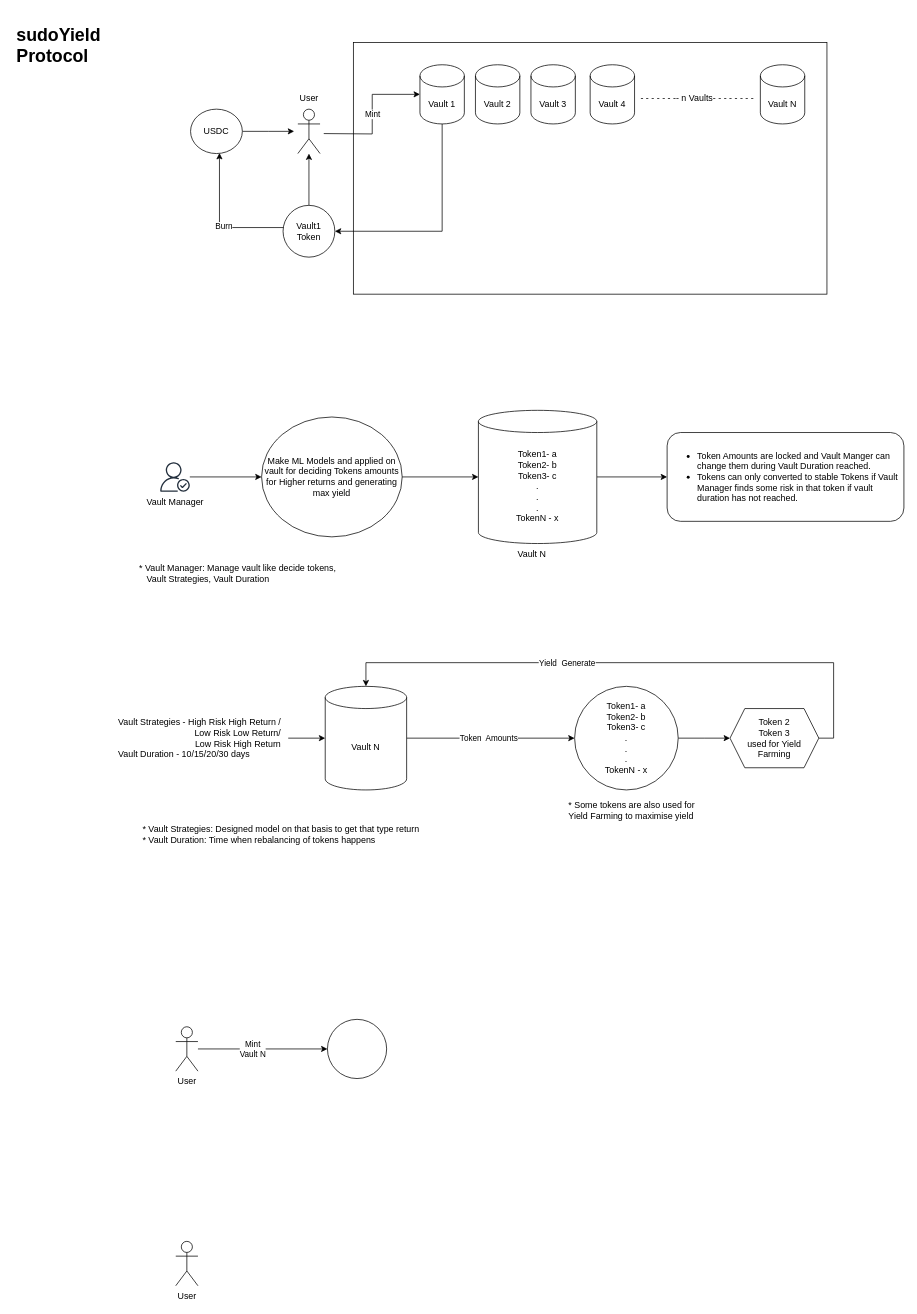
Above: Untitled Diagram.drawio in ChitranshVashney/basicnft (draw.io), before the change. Source tidied: cells renumbered, new cells numbered last; positions are measured from the earlier drawing's top-left corner, leaving out a move shared by most shapes. Both pictures are drawn from the tidied source at 74%, with x=0, y=0 at pixel (13, 20).
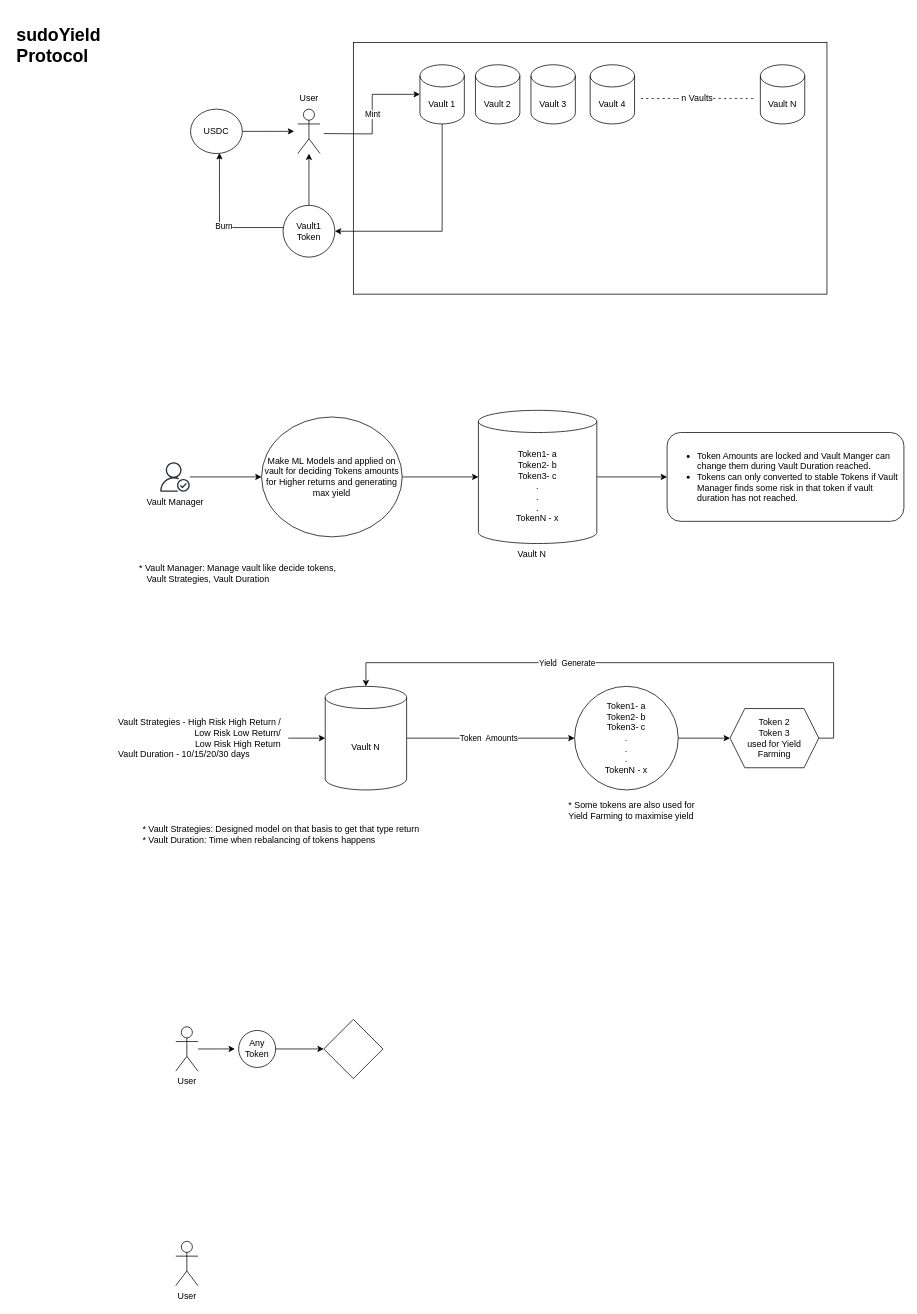
The same diagram, later.

Unchanged cells that the change refers to:
```xml
<mxCell id="44" value="User" style="shape=umlActor;verticalLabelPosition=bottom;verticalAlign=top;html=1;outlineConnect=0;" parent="1" vertex="1">
  <mxGeometry x="220" y="1360" width="30" height="60" as="geometry" />
</mxCell>
```

What changed in the source:
```diff
@@
-    <mxCell id="42" style="edgeStyle=orthogonalEdgeStyle;rounded=0;jettySize=auto;html=1;" parent="1" edge="1" source="44" target="46">
-      <mxGeometry relative="1" as="geometry" />
+    <mxCell id="42" style="edgeStyle=orthogonalEdgeStyle;rounded=0;jettySize=auto;html=1;" parent="1" edge="1" source="44">
+      <mxGeometry relative="1" as="geometry">
+        <mxPoint x="300" y="1390" as="targetPoint" />
+      </mxGeometry>
     </mxCell>
-    <mxCell id="43" value="Mint&lt;br&gt;Vault N" style="edgeLabel;html=1;align=center;verticalAlign=middle;" parent="42" vertex="1">
-      <mxGeometry x="-0.18" y="-3" relative="1" as="geometry">
-        <mxPoint x="1" y="-3" as="offset" />
-      </mxGeometry>
-    </mxCell>
@@
-    <mxCell id="46" style="ellipse;whiteSpace=wrap;html=1;verticalAlign=top;" parent="1" vertex="1">
-      <mxGeometry x="425" y="1350" width="80" height="80" as="geometry" />
-    </mxCell>
+    <mxCell id="47" style="edgeStyle=orthogonalEdgeStyle;rounded=0;jettySize=auto;html=1;" parent="1" edge="1" source="48" target="49">
+      <mxGeometry relative="1" as="geometry" />
+    </mxCell>
+    <mxCell id="48" value="Any Token" style="ellipse;whiteSpace=wrap;html=1;" parent="1" vertex="1">
+      <mxGeometry x="305" y="1365" width="50" height="50" as="geometry" />
+    </mxCell>
+    <mxCell id="49" style="rhombus;whiteSpace=wrap;html=1;" parent="1" vertex="1">
+      <mxGeometry x="420" y="1350" width="80" height="80" as="geometry" />
+    </mxCell>
```
